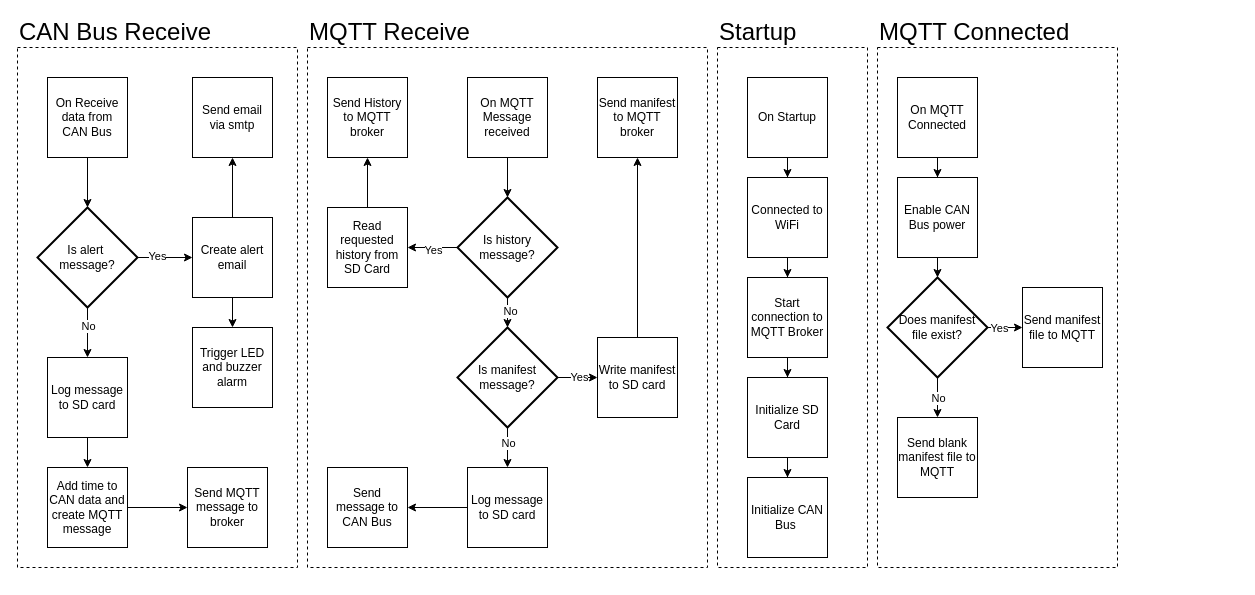
Earlier version of the draw.io diagram BlockDiagrams/BaseStationSoftware.drawio (ProjectFishWorks/Documentation). Source tidied: cells renumbered, new cells numbered last; positions are measured from the earlier drawing's top-left corner, leaving out a move shared by most shapes. Both pictures are drawn from the tidied source at 100%, with x=0, y=0 at pixel (17, 17).
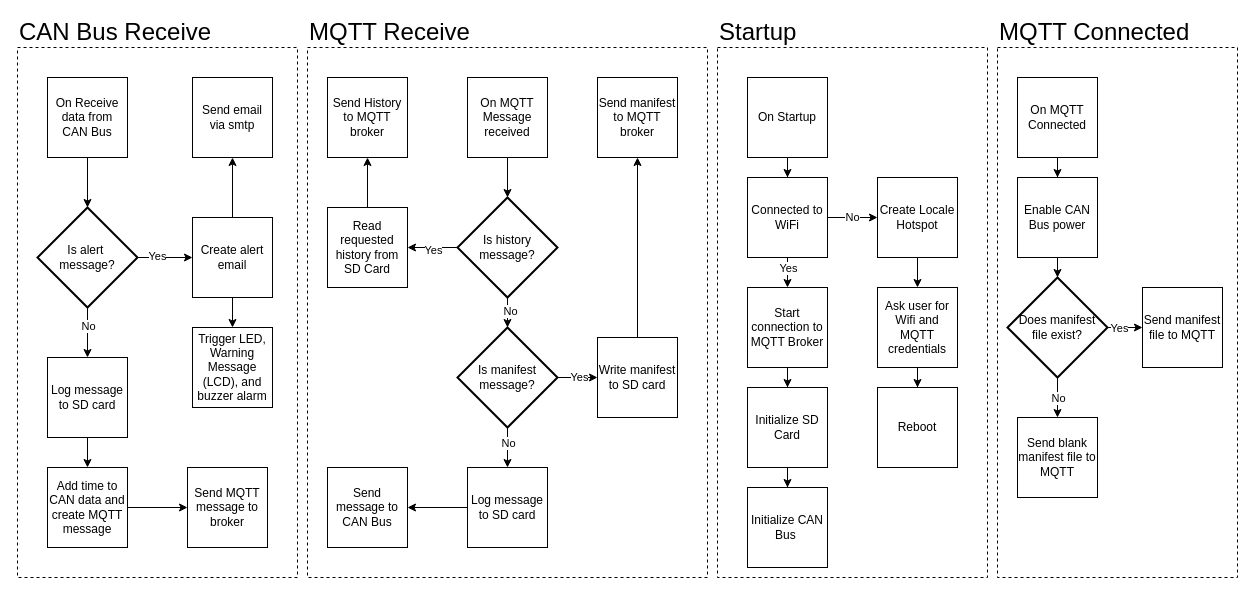
After the change.

Unchanged cells that the change refers to:
```xml
<mxCell id="41" style="edgeStyle=orthogonalEdgeStyle;rounded=0;jettySize=auto;html=1;entryX=0.5;entryY=0;entryDx=0;entryDy=0;" parent="1" edge="1" source="42" target="47">
  <mxGeometry relative="1" as="geometry" />
</mxCell>
<mxCell id="42" value="Connected to WiFi" style="whiteSpace=wrap;html=1;" parent="1" vertex="1">
  <mxGeometry x="730" y="160" width="80" height="80" as="geometry" />
</mxCell>
```

What changed in the source:
```diff
@@
+    <mxCell id="62" style="rounded=0;whiteSpace=wrap;html=1;fillColor=none;dashed=1;" parent="1" vertex="1">
+      <mxGeometry x="700" y="30" width="270" height="530" as="geometry" />
+    </mxCell>
+    <mxCell id="60" style="rounded=0;whiteSpace=wrap;html=1;fillColor=none;dashed=1;" parent="1" vertex="1">
+      <mxGeometry y="30" width="280" height="530" as="geometry" />
+    </mxCell>
@@
+    <mxCell id="68" value="Yes" style="edgeLabel;html=1;align=center;verticalAlign=middle;" parent="41" vertex="1">
+      <mxGeometry x="0.69" relative="1" as="geometry">
+        <mxPoint y="-12" as="offset" />
+      </mxGeometry>
+    </mxCell>
+    <mxCell id="69" style="edgeStyle=orthogonalEdgeStyle;rounded=0;jettySize=auto;html=1;exitX=1;exitY=0.5;exitDx=0;exitDy=0;entryX=0;entryY=0.5;entryDx=0;entryDy=0;" parent="1" edge="1" source="42" target="72">
+      <mxGeometry relative="1" as="geometry" />
+    </mxCell>
+    <mxCell id="70" value="No" style="edgeLabel;html=1;align=center;verticalAlign=middle;" parent="69" vertex="1">
+      <mxGeometry x="-0.05" y="1" relative="1" as="geometry" />
+    </mxCell>
@@
     <mxCell id="44" value="Initialize SD Card" style="whiteSpace=wrap;html=1;" parent="1" vertex="1">
-      <mxGeometry x="730" y="360" width="80" height="80" as="geometry" />
+      <mxGeometry x="730" y="370" width="80" height="80" as="geometry" />
     </mxCell>
     <mxCell id="45" value="Initialize CAN Bus&amp;nbsp;" style="whiteSpace=wrap;html=1;" parent="1" vertex="1">
-      <mxGeometry x="730" y="460" width="80" height="80" as="geometry" />
+      <mxGeometry x="730" y="470" width="80" height="80" as="geometry" />
     </mxCell>
@@
     <mxCell id="47" value="Start connection to MQTT Broker" style="whiteSpace=wrap;html=1;" parent="1" vertex="1">
-      <mxGeometry x="730" y="260" width="80" height="80" as="geometry" />
+      <mxGeometry x="730" y="270" width="80" height="80" as="geometry" />
     </mxCell>
-    <mxCell id="48" value="Trigger LED and buzzer alarm" style="whiteSpace=wrap;html=1;" parent="1" vertex="1">
+    <mxCell id="48" value="Trigger LED, Warning Message (LCD), and buzzer alarm" style="whiteSpace=wrap;html=1;" parent="1" vertex="1">
       <mxGeometry x="175" y="310" width="80" height="80" as="geometry" />
     </mxCell>
@@
     <mxCell id="50" value="On MQTT Connected" style="whiteSpace=wrap;html=1;" parent="1" vertex="1">
-      <mxGeometry x="880" y="60" width="80" height="80" as="geometry" />
+      <mxGeometry x="1000" y="60" width="80" height="80" as="geometry" />
     </mxCell>
     <mxCell id="51" style="edgeStyle=orthogonalEdgeStyle;rounded=0;jettySize=auto;html=1;" parent="1" edge="1" source="52">
       <mxGeometry relative="1" as="geometry">
-        <mxPoint x="920" y="260" as="targetPoint" />
+        <mxPoint x="1040" y="260" as="targetPoint" />
       </mxGeometry>
     </mxCell>
     <mxCell id="52" value="Enable CAN Bus power" style="whiteSpace=wrap;html=1;" parent="1" vertex="1">
-      <mxGeometry x="880" y="160" width="80" height="80" as="geometry" />
+      <mxGeometry x="1000" y="160" width="80" height="80" as="geometry" />
     </mxCell>
@@
     <mxCell id="57" value="Does manifest&lt;div&gt;file exist?&lt;/div&gt;" style="strokeWidth=2;html=1;shape=mxgraph.flowchart.decision;whiteSpace=wrap;" parent="1" vertex="1">
-      <mxGeometry x="870" y="260" width="100" height="100" as="geometry" />
+      <mxGeometry x="990" y="260" width="100" height="100" as="geometry" />
     </mxCell>
     <mxCell id="58" value="Send blank manifest file to MQTT" style="whiteSpace=wrap;html=1;" parent="1" vertex="1">
-      <mxGeometry x="880" y="400" width="80" height="80" as="geometry" />
+      <mxGeometry x="1000" y="400" width="80" height="80" as="geometry" />
     </mxCell>
     <mxCell id="59" value="Send manifest file to MQTT" style="whiteSpace=wrap;html=1;" parent="1" vertex="1">
-      <mxGeometry x="1005" y="270" width="80" height="80" as="geometry" />
+      <mxGeometry x="1125" y="270" width="80" height="80" as="geometry" />
     </mxCell>
-    <mxCell id="60" style="rounded=0;whiteSpace=wrap;html=1;fillColor=none;dashed=1;" parent="1" vertex="1">
-      <mxGeometry y="30" width="280" height="520" as="geometry" />
-    </mxCell>
     <mxCell id="61" style="rounded=0;whiteSpace=wrap;html=1;fillColor=none;dashed=1;" parent="1" vertex="1">
-      <mxGeometry x="290" y="30" width="400" height="520" as="geometry" />
+      <mxGeometry x="290" y="30" width="400" height="530" as="geometry" />
     </mxCell>
-    <mxCell id="62" style="rounded=0;whiteSpace=wrap;html=1;fillColor=none;dashed=1;" parent="1" vertex="1">
-      <mxGeometry x="700" y="30" width="150" height="520" as="geometry" />
-    </mxCell>
     <mxCell id="63" style="rounded=0;whiteSpace=wrap;html=1;fillColor=none;dashed=1;" parent="1" vertex="1">
-      <mxGeometry x="860" y="30" width="240" height="520" as="geometry" />
+      <mxGeometry x="980" y="30" width="240" height="530" as="geometry" />
     </mxCell>
@@
     <mxCell id="67" value="MQTT Connected" style="text;html=1;align=left;verticalAlign=middle;whiteSpace=wrap;rounded=0;fontSize=24;" parent="1" vertex="1">
-      <mxGeometry x="860" width="230" height="30" as="geometry" />
+      <mxGeometry x="980" width="230" height="30" as="geometry" />
     </mxCell>
+    <mxCell id="71" style="edgeStyle=orthogonalEdgeStyle;rounded=0;jettySize=auto;html=1;entryX=0.5;entryY=0;entryDx=0;entryDy=0;" parent="1" edge="1" source="72" target="75">
+      <mxGeometry relative="1" as="geometry" />
+    </mxCell>
+    <mxCell id="72" value="Create Locale Hotspot" style="whiteSpace=wrap;html=1;" parent="1" vertex="1">
+      <mxGeometry x="860" y="160" width="80" height="80" as="geometry" />
+    </mxCell>
+    <mxCell id="73" value="Reboot" style="whiteSpace=wrap;html=1;" parent="1" vertex="1">
+      <mxGeometry x="860" y="370" width="80" height="80" as="geometry" />
+    </mxCell>
+    <mxCell id="74" style="edgeStyle=orthogonalEdgeStyle;rounded=0;jettySize=auto;html=1;" parent="1" edge="1" source="75" target="73">
+      <mxGeometry relative="1" as="geometry" />
+    </mxCell>
+    <mxCell id="75" value="Ask user for Wifi and MQTT credentials" style="whiteSpace=wrap;html=1;" parent="1" vertex="1">
+      <mxGeometry x="860" y="270" width="80" height="80" as="geometry" />
+    </mxCell>
```
